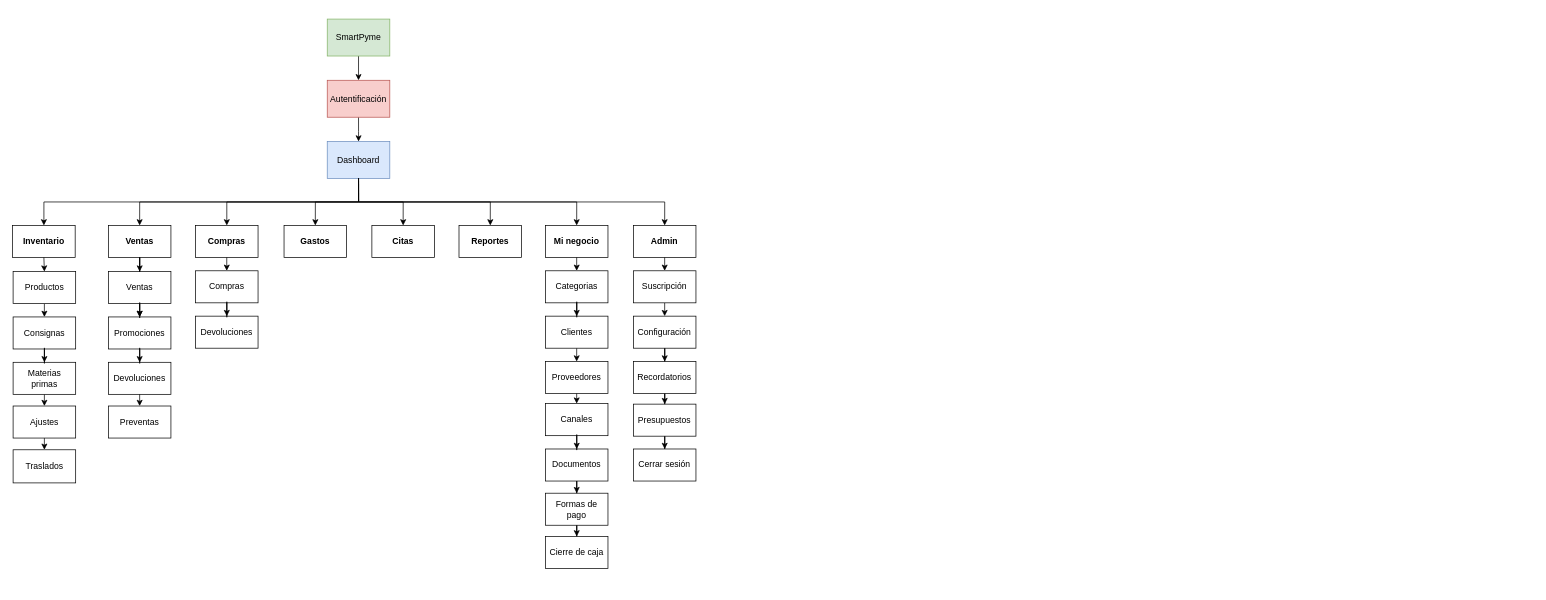
smartpyme-app/smartpyme keeps this draw.io diagram as page "Sitemap" (1 of 9) of Docs/Diagrama ER.drawio. Above is the earlier version. Source tidied: cells renumbered, new cells numbered last; positions are measured from the earlier drawing's top-left corner, leaving out a move shared by most shapes. Both pictures are drawn from the tidied source at 72%, with x=0, y=0 at pixel (12, 19).
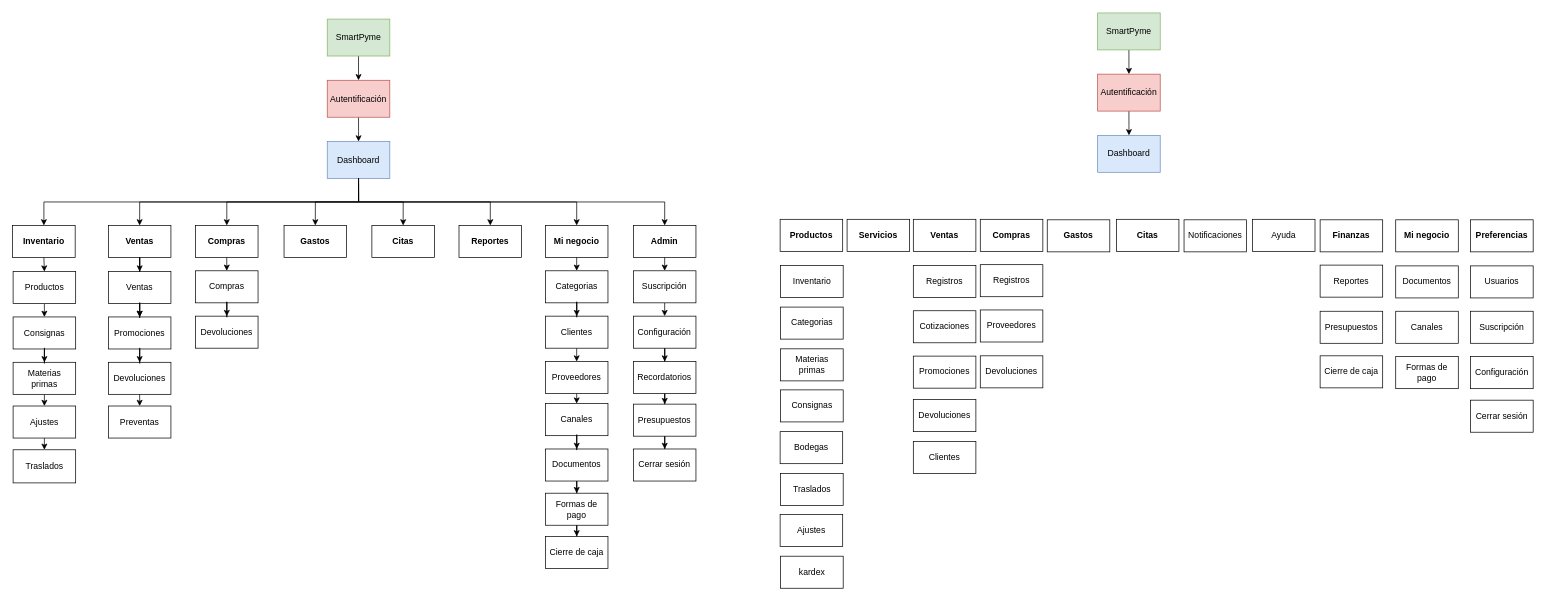
The same diagram, later.

Change to the diagram source:
```diff
@@
+    <mxCell id="70" style="edgeStyle=orthogonalEdgeStyle;rounded=0;jettySize=auto;html=1;exitX=0.5;exitY=1;exitDx=0;exitDy=0;entryX=0.5;entryY=0;entryDx=0;entryDy=0;fontSize=9;" parent="1" edge="1" source="71" target="73">
+      <mxGeometry relative="1" as="geometry" />
+    </mxCell>
+    <mxCell id="71" value="SmartPyme" style="rounded=0;whiteSpace=wrap;html=1;fillColor=#d5e8d4;strokeColor=#82b366;" parent="1" vertex="1">
+      <mxGeometry x="1507" y="-8.5" width="86.9" height="51.3" as="geometry" />
+    </mxCell>
+    <mxCell id="72" style="edgeStyle=orthogonalEdgeStyle;rounded=0;jettySize=auto;html=1;exitX=0.5;exitY=1;exitDx=0;exitDy=0;" parent="1" edge="1" source="73" target="74">
+      <mxGeometry relative="1" as="geometry" />
+    </mxCell>
+    <mxCell id="73" value="Autentificación" style="rounded=0;whiteSpace=wrap;html=1;fillColor=#f8cecc;strokeColor=#b85450;" parent="1" vertex="1">
+      <mxGeometry x="1507" y="76.5" width="86.9" height="51.3" as="geometry" />
+    </mxCell>
+    <mxCell id="74" value="Dashboard" style="rounded=0;whiteSpace=wrap;html=1;fillColor=#dae8fc;strokeColor=#6c8ebf;" parent="1" vertex="1">
+      <mxGeometry x="1507" y="161.5" width="86.9" height="51.3" as="geometry" />
+    </mxCell>
+    <mxCell id="75" value="Gastos" style="rounded=0;whiteSpace=wrap;html=1;fontStyle=1;" parent="1" vertex="1">
+      <mxGeometry x="1437" y="278.8" width="86.9" height="44.5" as="geometry" />
+    </mxCell>
+    <mxCell id="76" value="Mi negocio" style="rounded=0;whiteSpace=wrap;html=1;fontStyle=1;" parent="1" vertex="1">
+      <mxGeometry x="1921" y="278.8" width="86.9" height="44.5" as="geometry" />
+    </mxCell>
+    <mxCell id="77" value="Preferencias" style="rounded=0;whiteSpace=wrap;html=1;fontStyle=1;" parent="1" vertex="1">
+      <mxGeometry x="2025" y="278.8" width="86.9" height="44.5" as="geometry" />
+    </mxCell>
+    <mxCell id="78" value="Compras" style="rounded=0;whiteSpace=wrap;html=1;fontStyle=1;" parent="1" vertex="1">
+      <mxGeometry x="1344" y="278.1" width="86.9" height="44.5" as="geometry" />
+    </mxCell>
+    <mxCell id="79" value="Registros" style="rounded=0;whiteSpace=wrap;html=1;" parent="1" vertex="1">
+      <mxGeometry x="1344" y="341.1" width="86.9" height="44.5" as="geometry" />
+    </mxCell>
+    <mxCell id="80" value="Proveedores" style="rounded=0;whiteSpace=wrap;html=1;" parent="1" vertex="1">
+      <mxGeometry x="1344" y="404" width="86.9" height="44.5" as="geometry" />
+    </mxCell>
+    <mxCell id="81" value="Productos" style="rounded=0;whiteSpace=wrap;html=1;fontStyle=1;" parent="1" vertex="1">
+      <mxGeometry x="1066" y="278.1" width="86.9" height="44.5" as="geometry" />
+    </mxCell>
+    <mxCell id="82" value="Ventas" style="rounded=0;whiteSpace=wrap;html=1;fontStyle=1;" parent="1" vertex="1">
+      <mxGeometry x="1251" y="278.1" width="86.9" height="44.5" as="geometry" />
+    </mxCell>
+    <mxCell id="83" value="Registros" style="rounded=0;whiteSpace=wrap;html=1;" parent="1" vertex="1">
+      <mxGeometry x="1251" y="342.2" width="86.9" height="44.5" as="geometry" />
+    </mxCell>
+    <mxCell id="84" value="Cotizaciones" style="rounded=0;whiteSpace=wrap;html=1;" parent="1" vertex="1">
+      <mxGeometry x="1251" y="405.1" width="86.9" height="44.5" as="geometry" />
+    </mxCell>
+    <mxCell id="85" value="Promociones" style="rounded=0;whiteSpace=wrap;html=1;" parent="1" vertex="1">
+      <mxGeometry x="1251" y="468.1" width="86.9" height="44.5" as="geometry" />
+    </mxCell>
+    <mxCell id="86" value="Inventario" style="rounded=0;whiteSpace=wrap;html=1;" parent="1" vertex="1">
+      <mxGeometry x="1066.7" y="342.2" width="86.9" height="44.5" as="geometry" />
+    </mxCell>
+    <mxCell id="87" value="Categorias" style="rounded=0;whiteSpace=wrap;html=1;" parent="1" vertex="1">
+      <mxGeometry x="1066.7" y="400" width="86.9" height="44.5" as="geometry" />
+    </mxCell>
+    <mxCell id="88" value="Consignas" style="rounded=0;whiteSpace=wrap;html=1;" parent="1" vertex="1">
+      <mxGeometry x="1066.7" y="515" width="86.9" height="44.5" as="geometry" />
+    </mxCell>
+    <mxCell id="89" value="Canales" style="rounded=0;whiteSpace=wrap;html=1;" parent="1" vertex="1">
+      <mxGeometry x="1921" y="405.8" width="86.9" height="44.5" as="geometry" />
+    </mxCell>
+    <mxCell id="90" value="Suscripción" style="rounded=0;whiteSpace=wrap;html=1;" parent="1" vertex="1">
+      <mxGeometry x="2025" y="405.8" width="86.9" height="44.5" as="geometry" />
+    </mxCell>
+    <mxCell id="91" value="Configuración" style="rounded=0;whiteSpace=wrap;html=1;" parent="1" vertex="1">
+      <mxGeometry x="2025" y="468.8" width="86.9" height="44.5" as="geometry" />
+    </mxCell>
+    <mxCell id="92" value="Documentos" style="rounded=0;whiteSpace=wrap;html=1;" parent="1" vertex="1">
+      <mxGeometry x="1921" y="342.8" width="86.9" height="44.5" as="geometry" />
+    </mxCell>
+    <mxCell id="93" value="Materias primas" style="rounded=0;whiteSpace=wrap;html=1;" parent="1" vertex="1">
+      <mxGeometry x="1066.7" y="458" width="86.9" height="44.5" as="geometry" />
+    </mxCell>
+    <mxCell id="94" value="Formas de pago" style="rounded=0;whiteSpace=wrap;html=1;" parent="1" vertex="1">
+      <mxGeometry x="1921" y="468.8" width="86.9" height="44.5" as="geometry" />
+    </mxCell>
+    <mxCell id="95" value="Cierre de caja" style="rounded=0;whiteSpace=wrap;html=1;" parent="1" vertex="1">
+      <mxGeometry x="1816" y="467.7" width="86.9" height="44.5" as="geometry" />
+    </mxCell>
+    <mxCell id="96" value="Notificaciones" style="rounded=0;whiteSpace=wrap;html=1;" parent="1" vertex="1">
+      <mxGeometry x="1627" y="278.8" width="86.9" height="44.5" as="geometry" />
+    </mxCell>
+    <mxCell id="97" value="Presupuestos" style="rounded=0;whiteSpace=wrap;html=1;" parent="1" vertex="1">
+      <mxGeometry x="1816" y="405.8" width="86.9" height="44.5" as="geometry" />
+    </mxCell>
+    <mxCell id="98" value="Cerrar sesión" style="rounded=0;whiteSpace=wrap;html=1;" parent="1" vertex="1">
+      <mxGeometry x="2025" y="529.3" width="86.9" height="44.5" as="geometry" />
+    </mxCell>
+    <mxCell id="99" value="Finanzas" style="rounded=0;whiteSpace=wrap;html=1;fontStyle=1;" parent="1" vertex="1">
+      <mxGeometry x="1816" y="278.8" width="86.9" height="44.5" as="geometry" />
+    </mxCell>
+    <mxCell id="100" value="Servicios" style="rounded=0;whiteSpace=wrap;html=1;fontStyle=1;" parent="1" vertex="1">
+      <mxGeometry x="1159" y="278.1" width="86.9" height="44.5" as="geometry" />
+    </mxCell>
+    <mxCell id="101" value="Clientes" style="rounded=0;whiteSpace=wrap;html=1;" parent="1" vertex="1">
+      <mxGeometry x="1251" y="586.5" width="86.9" height="44.5" as="geometry" />
+    </mxCell>
+    <mxCell id="102" value="Reportes" style="rounded=0;whiteSpace=wrap;html=1;" parent="1" vertex="1">
+      <mxGeometry x="1816" y="341.7" width="86.9" height="44.5" as="geometry" />
+    </mxCell>
+    <mxCell id="103" value="Usuarios" style="rounded=0;whiteSpace=wrap;html=1;" parent="1" vertex="1">
+      <mxGeometry x="2025" y="342.8" width="86.9" height="44.5" as="geometry" />
+    </mxCell>
+    <mxCell id="104" value="Citas" style="rounded=0;whiteSpace=wrap;html=1;fontStyle=1;" parent="1" vertex="1">
+      <mxGeometry x="1533" y="278.1" width="86.9" height="44.5" as="geometry" />
+    </mxCell>
+    <mxCell id="105" value="Ayuda" style="rounded=0;whiteSpace=wrap;html=1;" parent="1" vertex="1">
+      <mxGeometry x="1722" y="278.1" width="86.9" height="44.5" as="geometry" />
+    </mxCell>
+    <mxCell id="106" value="Bodegas" style="rounded=0;whiteSpace=wrap;html=1;" parent="1" vertex="1">
+      <mxGeometry x="1066" y="573" width="86.9" height="44.5" as="geometry" />
+    </mxCell>
+    <mxCell id="107" value="Traslados" style="rounded=0;whiteSpace=wrap;html=1;" parent="1" vertex="1">
+      <mxGeometry x="1066.7" y="631" width="86.9" height="44.5" as="geometry" />
+    </mxCell>
+    <mxCell id="108" value="Ajustes" style="rounded=0;whiteSpace=wrap;html=1;" parent="1" vertex="1">
+      <mxGeometry x="1066" y="688" width="86.9" height="44.5" as="geometry" />
+    </mxCell>
+    <mxCell id="109" value="kardex" style="rounded=0;whiteSpace=wrap;html=1;" parent="1" vertex="1">
+      <mxGeometry x="1066.7" y="746" width="86.9" height="44.5" as="geometry" />
+    </mxCell>
+    <mxCell id="110" value="Devoluciones" style="rounded=0;whiteSpace=wrap;html=1;" parent="1" vertex="1">
+      <mxGeometry x="1251" y="528.5" width="86.9" height="44.5" as="geometry" />
+    </mxCell>
+    <mxCell id="111" value="Devoluciones" style="rounded=0;whiteSpace=wrap;html=1;" parent="1" vertex="1">
+      <mxGeometry x="1344" y="467.7" width="86.9" height="44.5" as="geometry" />
+    </mxCell>
```
